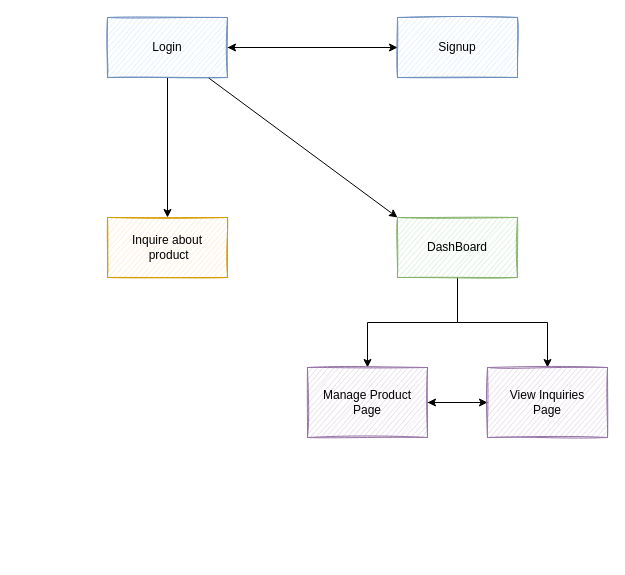
Before: page "Page-2" (2 of 2) of assets/er.drawio in sanjitk7/YarnInventoryJavaFX, a draw.io diagram. Source tidied: cells renumbered, new cells numbered last; positions are measured from the earlier drawing's top-left corner, leaving out a move shared by most shapes. Both pictures are drawn from the tidied source at 100%, with x=0, y=0 at pixel (107, 17).
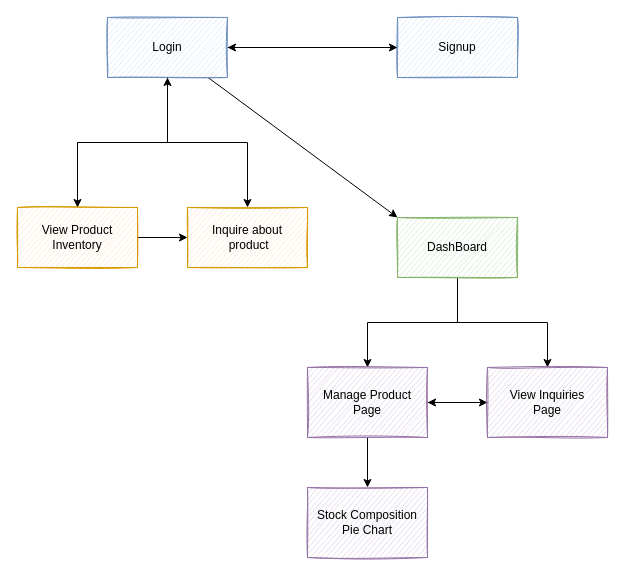
Above is the later version.

The change refers to these unchanged cells:
```xml
<mxCell id="5" value="Login" style="rounded=0;whiteSpace=wrap;html=1;sketch=1;fillColor=#dae8fc;strokeColor=#6c8ebf;" parent="1" vertex="1">
  <mxGeometry width="120" height="60" as="geometry" />
</mxCell>
<mxCell id="11" value="DashBoard" style="rounded=0;whiteSpace=wrap;html=1;sketch=1;fillColor=#d5e8d4;strokeColor=#82b366;" parent="1" vertex="1">
  <mxGeometry x="290" y="200" width="120" height="60" as="geometry" />
</mxCell>
<mxCell id="13" value="Manage Product Page" style="rounded=0;whiteSpace=wrap;html=1;sketch=1;fillColor=#e1d5e7;strokeColor=#9673a6;" parent="1" vertex="1">
  <mxGeometry x="200" y="350" width="120" height="70" as="geometry" />
</mxCell>
```

Change to the diagram source:
```diff
@@
+    <mxCell id="4" style="edgeStyle=none;rounded=0;jettySize=auto;html=1;entryX=0;entryY=0;entryDx=0;entryDy=0;" parent="1" edge="1" source="5" target="11">
+      <mxGeometry relative="1" as="geometry" />
+    </mxCell>
+    <mxCell id="16" style="edgeStyle=orthogonalEdgeStyle;rounded=0;jettySize=auto;html=1;entryX=0.5;entryY=0;entryDx=0;entryDy=0;" parent="1" edge="1" source="5" target="20">
+      <mxGeometry relative="1" as="geometry" />
+    </mxCell>
-    <mxCell id="3" style="edgeStyle=none;rounded=0;jettySize=auto;html=1;entryX=0.5;entryY=0;entryDx=0;entryDy=0;" parent="1" edge="1" source="5" target="8">
+    <mxCell id="3" style="edgeStyle=orthogonalEdgeStyle;rounded=0;jettySize=auto;html=1;entryX=0.5;entryY=0;entryDx=0;entryDy=0;" parent="1" edge="1" source="5" target="8">
       <mxGeometry relative="1" as="geometry" />
     </mxCell>
-    <mxCell id="4" style="edgeStyle=none;rounded=0;jettySize=auto;html=1;entryX=0;entryY=0;entryDx=0;entryDy=0;" parent="1" edge="1" source="5" target="11">
-      <mxGeometry relative="1" as="geometry" />
-    </mxCell>
@@
     <mxCell id="8" value="Inquire about&lt;br&gt;&amp;nbsp;product" style="rounded=0;whiteSpace=wrap;html=1;sketch=1;fillColor=#ffe6cc;strokeColor=#d79b00;" parent="1" vertex="1">
-      <mxGeometry y="200" width="120" height="60" as="geometry" />
+      <mxGeometry x="80" y="190" width="120" height="60" as="geometry" />
     </mxCell>
@@
+    <mxCell id="17" style="edgeStyle=orthogonalEdgeStyle;rounded=0;jettySize=auto;html=1;" parent="1" edge="1" source="13" target="21">
+      <mxGeometry relative="1" as="geometry" />
+    </mxCell>
@@
+    <mxCell id="18" style="edgeStyle=orthogonalEdgeStyle;rounded=0;jettySize=auto;html=1;" parent="1" edge="1" source="20" target="8">
+      <mxGeometry relative="1" as="geometry" />
+    </mxCell>
+    <mxCell id="19" style="edgeStyle=orthogonalEdgeStyle;rounded=0;jettySize=auto;html=1;entryX=0.5;entryY=1;entryDx=0;entryDy=0;" parent="1" edge="1" source="20" target="5">
+      <mxGeometry relative="1" as="geometry" />
+    </mxCell>
+    <mxCell id="20" value="View Product &lt;br&gt;Inventory" style="rounded=0;whiteSpace=wrap;html=1;sketch=1;fillColor=#ffe6cc;strokeColor=#d79b00;" parent="1" vertex="1">
+      <mxGeometry x="-90" y="190" width="120" height="60" as="geometry" />
+    </mxCell>
+    <mxCell id="21" value="Stock Composition&lt;br&gt;Pie Chart" style="rounded=0;whiteSpace=wrap;html=1;sketch=1;fillColor=#e1d5e7;strokeColor=#9673a6;" parent="1" vertex="1">
+      <mxGeometry x="200" y="470" width="120" height="70" as="geometry" />
+    </mxCell>
```
